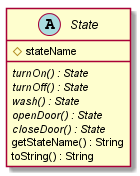
This is doc/images/state_class.png from familyboateaf4v/doubleSlashde9, a PlantUML export, as it was before one commit.
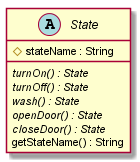
After the change.

Commit message:
UML: Updated state class diagram.

The edit, as a diff of the source:
```diff
@@ -1,14 +1,13 @@
 @startuml
 
 abstract class State {
-    #stateName
+    #stateName : String
     {abstract} turnOn() : State
     {abstract} turnOff() : State
     {abstract} wash() : State
     {abstract} openDoor() : State
     {abstract} closeDoor() : State
     getStateName() : String
-    toString() : String
 }
 
 @enduml
```
